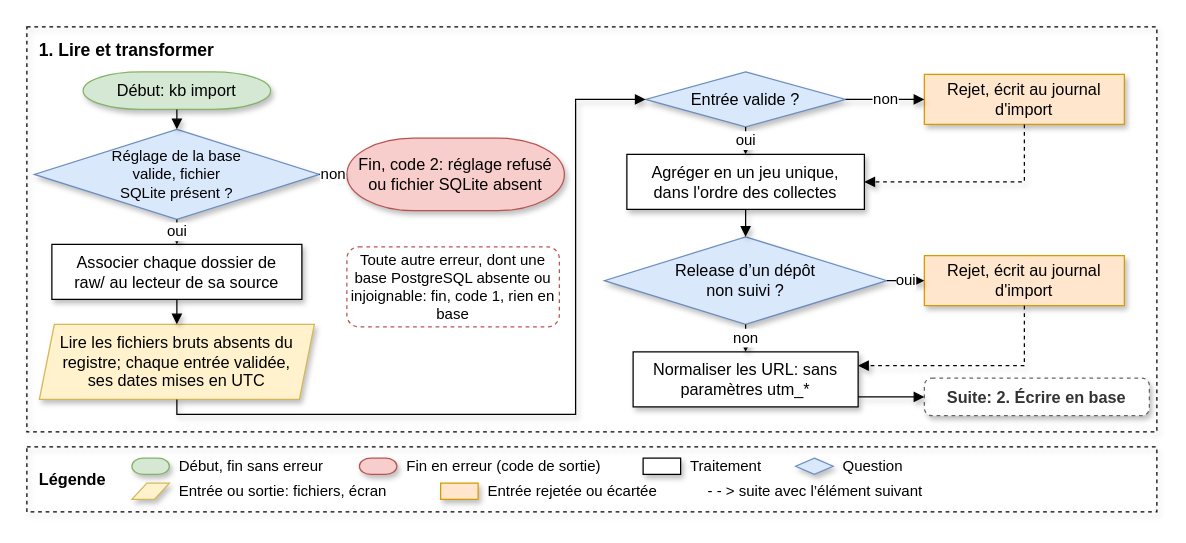
Before: documentation/images/logigramme-import-lire_20261121.drawio in SabineLaurent/K-B, a draw.io diagram. Source tidied: cells renumbered, new cells numbered last; positions are measured from the earlier drawing's top-left corner, leaving out a move shared by most shapes. Both pictures are drawn from the tidied source at 125%, with x=0, y=0 at pixel (26, 26).
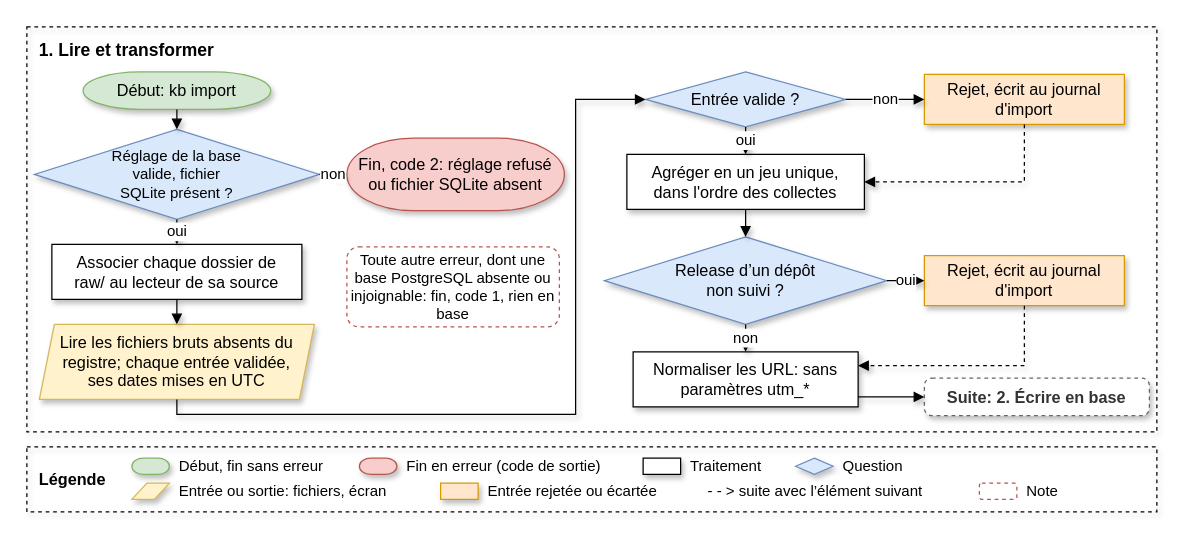
Above is the later version.

The edit, as a diff of the source:
```diff
@@
+    <mxCell id="43" style="rounded=1;whiteSpace=wrap;html=1;fontSize=12;fontFamily=Helvetica;dashed=1;fillColor=#FFFFFF;strokeColor=#B85450;fontColor=#000000;" parent="1" vertex="1">
+      <mxGeometry x="762" y="365" width="30" height="13" as="geometry" />
+    </mxCell>
+    <mxCell id="44" value="Note" style="text;html=1;align=left;verticalAlign=middle;fontSize=12;fontFamily=Helvetica;" parent="1" vertex="1">
+      <mxGeometry x="798" y="364" width="60" height="15" as="geometry" />
+    </mxCell>
```
